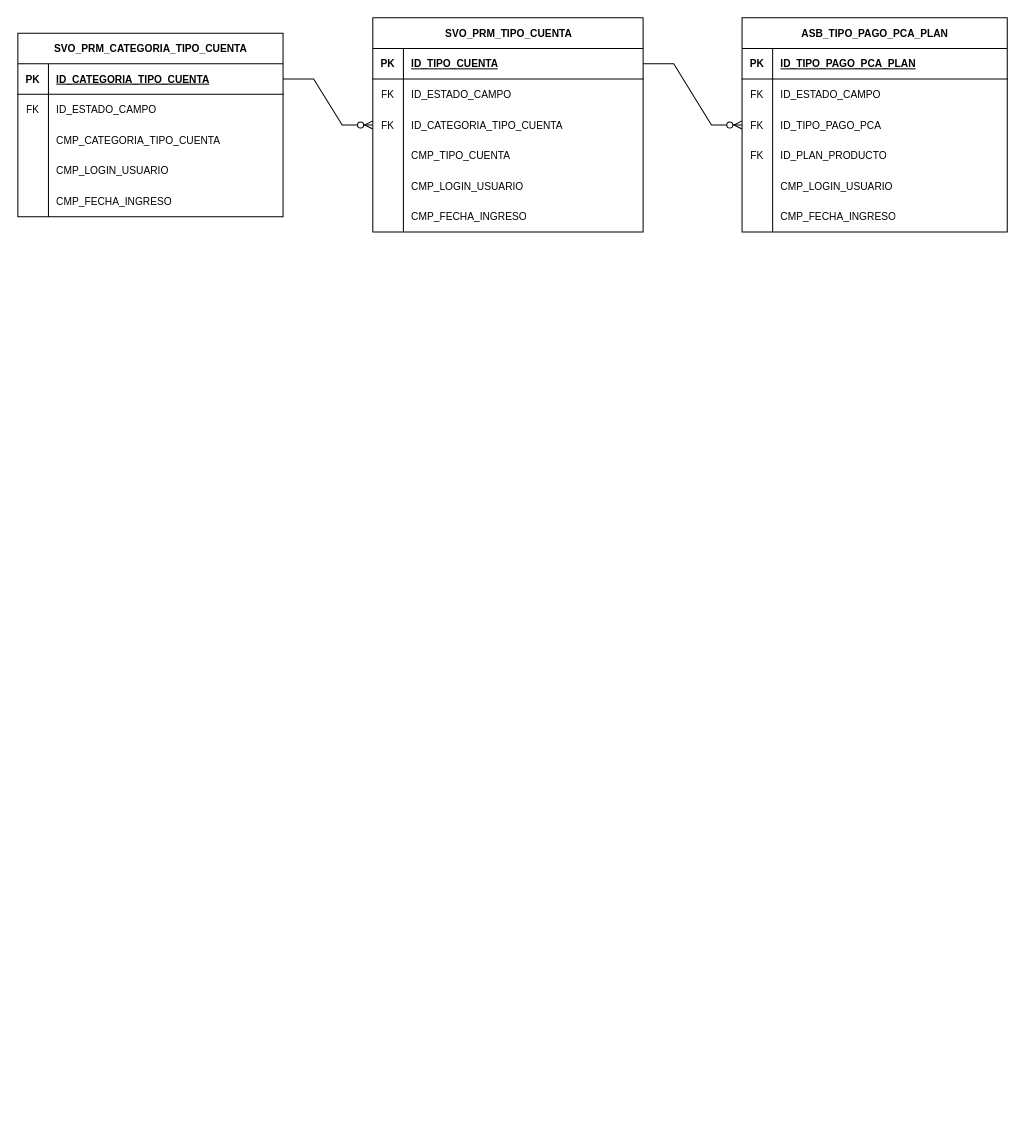
The draw.io diagram Diag_PCA.drawio in dmateoval/Diagramas, before the edit. Source tidied: cells renumbered, new cells numbered last; positions are measured from the earlier drawing's top-left corner, leaving out a move shared by most shapes. Both pictures are drawn from the tidied source at 102%, with x=0, y=0 at pixel (17, 17).
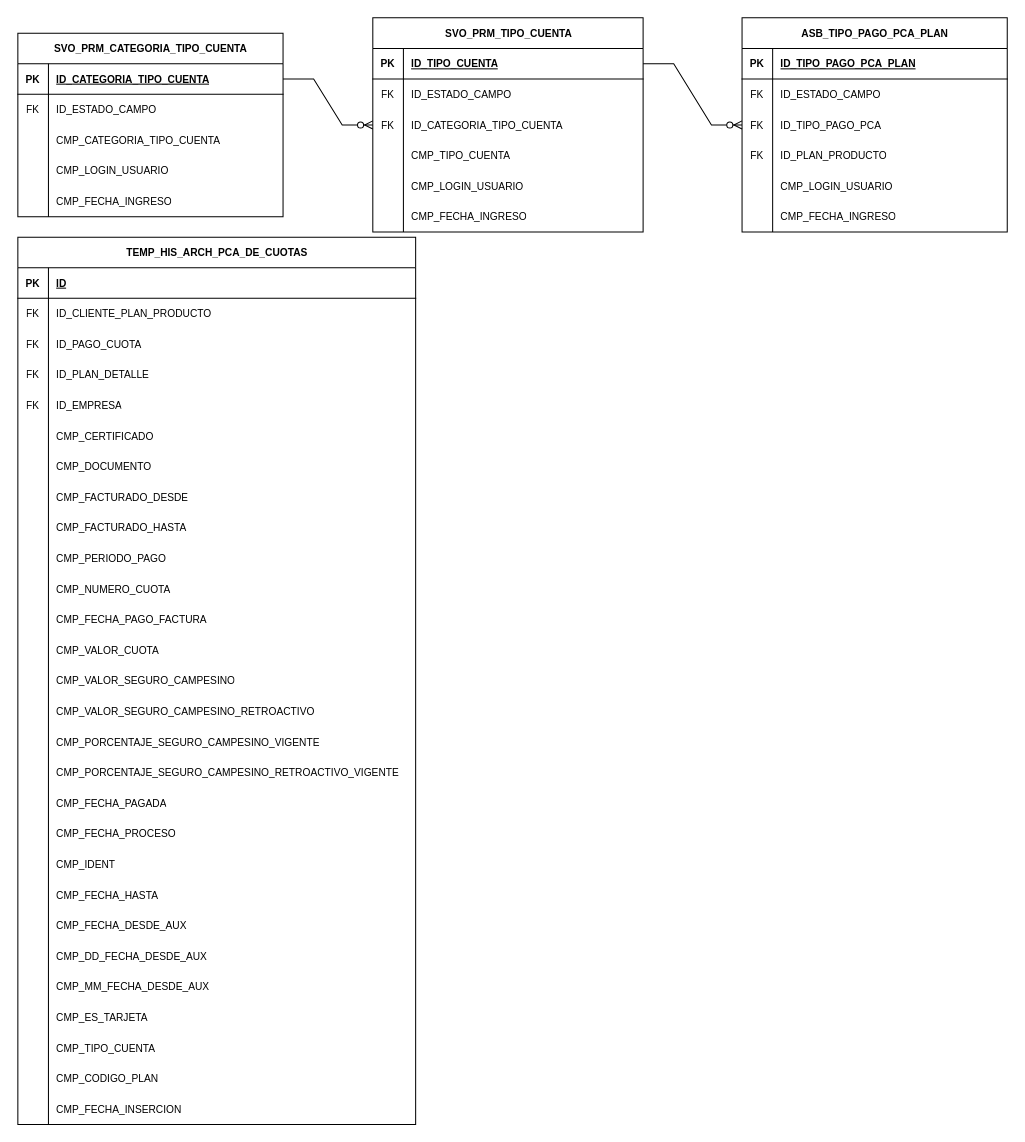
The same page after the edit.

What changed in the source:
```diff
@@
+    <mxCell id="58" value="TEMP_HIS_ARCH_PCA_DE_CUOTAS" style="shape=table;startSize=30;childLayout=tableLayout;rowLines=0;fontStyle=1;align=center;html=1;fontSize=10;" parent="1" vertex="1">
+      <mxGeometry y="215" width="390" height="870" as="geometry" />
+    </mxCell>
+    <mxCell id="59" style="shape=tableRow;horizontal=0;startSize=0;swimlaneHead=0;swimlaneBody=0;fillColor=none;top=0;left=0;right=0;bottom=1;" parent="58" vertex="1">
+      <mxGeometry y="30" width="390" height="30" as="geometry" />
+    </mxCell>
+    <mxCell id="60" value="PK" style="shape=partialRectangle;fillColor=none;top=0;left=0;bottom=0;right=0;fontStyle=1;overflow=hidden;whiteSpace=wrap;html=1;fontSize=10;" parent="59" vertex="1">
+      <mxGeometry width="30" height="30" as="geometry" />
+    </mxCell>
+    <mxCell id="61" value="ID" style="shape=partialRectangle;fillColor=none;top=0;left=0;bottom=0;right=0;align=left;spacingLeft=6;fontStyle=5;overflow=hidden;whiteSpace=wrap;html=1;fontSize=10;" parent="59" vertex="1">
+      <mxGeometry x="30" width="360" height="30" as="geometry" />
+    </mxCell>
+    <mxCell id="62" style="shape=tableRow;horizontal=0;startSize=0;swimlaneHead=0;swimlaneBody=0;fillColor=none;top=0;left=0;right=0;bottom=0;" parent="58" vertex="1">
+      <mxGeometry y="60" width="390" height="30" as="geometry" />
+    </mxCell>
+    <mxCell id="63" value="FK" style="shape=partialRectangle;fillColor=none;top=0;left=0;bottom=0;right=0;overflow=hidden;whiteSpace=wrap;html=1;fontSize=10;" parent="62" vertex="1">
+      <mxGeometry width="30" height="30" as="geometry" />
+    </mxCell>
+    <mxCell id="64" value="ID_CLIENTE_PLAN_PRODUCTO" style="shape=partialRectangle;fillColor=none;top=0;left=0;bottom=0;right=0;align=left;spacingLeft=6;overflow=hidden;whiteSpace=wrap;html=1;fontSize=10;" parent="62" vertex="1">
+      <mxGeometry x="30" width="360" height="30" as="geometry" />
+    </mxCell>
+    <mxCell id="65" style="shape=tableRow;horizontal=0;startSize=0;swimlaneHead=0;swimlaneBody=0;fillColor=none;top=0;left=0;right=0;bottom=0;" parent="58" vertex="1">
+      <mxGeometry y="90" width="390" height="30" as="geometry" />
+    </mxCell>
+    <mxCell id="66" value="FK" style="shape=partialRectangle;fillColor=none;top=0;left=0;bottom=0;right=0;overflow=hidden;whiteSpace=wrap;html=1;fontSize=10;" parent="65" vertex="1">
+      <mxGeometry width="30" height="30" as="geometry" />
+    </mxCell>
+    <mxCell id="67" value="ID_PAGO_CUOTA" style="shape=partialRectangle;fillColor=none;top=0;left=0;bottom=0;right=0;align=left;spacingLeft=6;overflow=hidden;whiteSpace=wrap;html=1;fontSize=10;" parent="65" vertex="1">
+      <mxGeometry x="30" width="360" height="30" as="geometry" />
+    </mxCell>
+    <mxCell id="68" style="shape=tableRow;horizontal=0;startSize=0;swimlaneHead=0;swimlaneBody=0;fillColor=none;top=0;left=0;right=0;bottom=0;" parent="58" vertex="1">
+      <mxGeometry y="120" width="390" height="30" as="geometry" />
+    </mxCell>
+    <mxCell id="69" value="FK" style="shape=partialRectangle;fillColor=none;top=0;left=0;bottom=0;right=0;overflow=hidden;whiteSpace=wrap;html=1;fontSize=10;" parent="68" vertex="1">
+      <mxGeometry width="30" height="30" as="geometry" />
+    </mxCell>
+    <mxCell id="70" value="ID_PLAN_DETALLE" style="shape=partialRectangle;fillColor=none;top=0;left=0;bottom=0;right=0;align=left;spacingLeft=6;overflow=hidden;whiteSpace=wrap;html=1;fontSize=10;" parent="68" vertex="1">
+      <mxGeometry x="30" width="360" height="30" as="geometry" />
+    </mxCell>
+    <mxCell id="71" style="shape=tableRow;horizontal=0;startSize=0;swimlaneHead=0;swimlaneBody=0;fillColor=none;top=0;left=0;right=0;bottom=0;" parent="58" vertex="1">
+      <mxGeometry y="150" width="390" height="30" as="geometry" />
+    </mxCell>
+    <mxCell id="72" value="FK" style="shape=partialRectangle;fillColor=none;top=0;left=0;bottom=0;right=0;overflow=hidden;whiteSpace=wrap;html=1;fontSize=10;" parent="71" vertex="1">
+      <mxGeometry width="30" height="30" as="geometry" />
+    </mxCell>
+    <mxCell id="73" value="ID_EMPRESA" style="shape=partialRectangle;fillColor=none;top=0;left=0;bottom=0;right=0;align=left;spacingLeft=6;overflow=hidden;whiteSpace=wrap;html=1;fontSize=10;" parent="71" vertex="1">
+      <mxGeometry x="30" width="360" height="30" as="geometry" />
+    </mxCell>
+    <mxCell id="74" style="shape=tableRow;horizontal=0;startSize=0;swimlaneHead=0;swimlaneBody=0;fillColor=none;top=0;left=0;right=0;bottom=0;" parent="58" vertex="1">
+      <mxGeometry y="180" width="390" height="30" as="geometry" />
+    </mxCell>
+    <mxCell id="75" style="shape=partialRectangle;fillColor=none;top=0;left=0;bottom=0;right=0;overflow=hidden;whiteSpace=wrap;html=1;" parent="74" vertex="1">
+      <mxGeometry width="30" height="30" as="geometry" />
+    </mxCell>
+    <mxCell id="76" value="CMP_CERTIFICADO" style="shape=partialRectangle;fillColor=none;top=0;left=0;bottom=0;right=0;align=left;spacingLeft=6;overflow=hidden;whiteSpace=wrap;html=1;fontSize=10;" parent="74" vertex="1">
+      <mxGeometry x="30" width="360" height="30" as="geometry" />
+    </mxCell>
+    <mxCell id="77" style="shape=tableRow;horizontal=0;startSize=0;swimlaneHead=0;swimlaneBody=0;fillColor=none;top=0;left=0;right=0;bottom=0;" parent="58" vertex="1">
+      <mxGeometry y="210" width="390" height="30" as="geometry" />
+    </mxCell>
+    <mxCell id="78" style="shape=partialRectangle;fillColor=none;top=0;left=0;bottom=0;right=0;overflow=hidden;whiteSpace=wrap;html=1;" parent="77" vertex="1">
+      <mxGeometry width="30" height="30" as="geometry" />
+    </mxCell>
+    <mxCell id="79" value="CMP_DOCUMENTO" style="shape=partialRectangle;fillColor=none;top=0;left=0;bottom=0;right=0;align=left;spacingLeft=6;overflow=hidden;whiteSpace=wrap;html=1;fontSize=10;" parent="77" vertex="1">
+      <mxGeometry x="30" width="360" height="30" as="geometry" />
+    </mxCell>
+    <mxCell id="80" style="shape=tableRow;horizontal=0;startSize=0;swimlaneHead=0;swimlaneBody=0;fillColor=none;top=0;left=0;right=0;bottom=0;" parent="58" vertex="1">
+      <mxGeometry y="240" width="390" height="30" as="geometry" />
+    </mxCell>
+    <mxCell id="81" style="shape=partialRectangle;fillColor=none;top=0;left=0;bottom=0;right=0;overflow=hidden;whiteSpace=wrap;html=1;" parent="80" vertex="1">
+      <mxGeometry width="30" height="30" as="geometry" />
+    </mxCell>
+    <mxCell id="82" value="CMP_FACTURADO_DESDE" style="shape=partialRectangle;fillColor=none;top=0;left=0;bottom=0;right=0;align=left;spacingLeft=6;overflow=hidden;whiteSpace=wrap;html=1;fontSize=10;" parent="80" vertex="1">
+      <mxGeometry x="30" width="360" height="30" as="geometry" />
+    </mxCell>
+    <mxCell id="83" style="shape=tableRow;horizontal=0;startSize=0;swimlaneHead=0;swimlaneBody=0;fillColor=none;top=0;left=0;right=0;bottom=0;" parent="58" vertex="1">
+      <mxGeometry y="270" width="390" height="30" as="geometry" />
+    </mxCell>
+    <mxCell id="84" style="shape=partialRectangle;fillColor=none;top=0;left=0;bottom=0;right=0;overflow=hidden;whiteSpace=wrap;html=1;" parent="83" vertex="1">
+      <mxGeometry width="30" height="30" as="geometry" />
+    </mxCell>
+    <mxCell id="85" value="CMP_FACTURADO_HASTA" style="shape=partialRectangle;fillColor=none;top=0;left=0;bottom=0;right=0;align=left;spacingLeft=6;overflow=hidden;whiteSpace=wrap;html=1;fontSize=10;" parent="83" vertex="1">
+      <mxGeometry x="30" width="360" height="30" as="geometry" />
+    </mxCell>
+    <mxCell id="86" style="shape=tableRow;horizontal=0;startSize=0;swimlaneHead=0;swimlaneBody=0;fillColor=none;top=0;left=0;right=0;bottom=0;" parent="58" vertex="1">
+      <mxGeometry y="300" width="390" height="30" as="geometry" />
+    </mxCell>
+    <mxCell id="87" style="shape=partialRectangle;fillColor=none;top=0;left=0;bottom=0;right=0;overflow=hidden;whiteSpace=wrap;html=1;" parent="86" vertex="1">
+      <mxGeometry width="30" height="30" as="geometry" />
+    </mxCell>
+    <mxCell id="88" value="CMP_PERIODO_PAGO" style="shape=partialRectangle;fillColor=none;top=0;left=0;bottom=0;right=0;align=left;spacingLeft=6;overflow=hidden;whiteSpace=wrap;html=1;fontSize=10;" parent="86" vertex="1">
+      <mxGeometry x="30" width="360" height="30" as="geometry" />
+    </mxCell>
+    <mxCell id="89" style="shape=tableRow;horizontal=0;startSize=0;swimlaneHead=0;swimlaneBody=0;fillColor=none;top=0;left=0;right=0;bottom=0;" parent="58" vertex="1">
+      <mxGeometry y="330" width="390" height="30" as="geometry" />
+    </mxCell>
+    <mxCell id="90" style="shape=partialRectangle;fillColor=none;top=0;left=0;bottom=0;right=0;overflow=hidden;whiteSpace=wrap;html=1;" parent="89" vertex="1">
+      <mxGeometry width="30" height="30" as="geometry" />
+    </mxCell>
+    <mxCell id="91" value="CMP_NUMERO_CUOTA" style="shape=partialRectangle;fillColor=none;top=0;left=0;bottom=0;right=0;align=left;spacingLeft=6;overflow=hidden;whiteSpace=wrap;html=1;fontSize=10;" parent="89" vertex="1">
+      <mxGeometry x="30" width="360" height="30" as="geometry" />
+    </mxCell>
+    <mxCell id="92" style="shape=tableRow;horizontal=0;startSize=0;swimlaneHead=0;swimlaneBody=0;fillColor=none;top=0;left=0;right=0;bottom=0;" parent="58" vertex="1">
+      <mxGeometry y="360" width="390" height="30" as="geometry" />
+    </mxCell>
+    <mxCell id="93" style="shape=partialRectangle;fillColor=none;top=0;left=0;bottom=0;right=0;overflow=hidden;whiteSpace=wrap;html=1;" parent="92" vertex="1">
+      <mxGeometry width="30" height="30" as="geometry" />
+    </mxCell>
+    <mxCell id="94" value="CMP_FECHA_PAGO_FACTURA" style="shape=partialRectangle;fillColor=none;top=0;left=0;bottom=0;right=0;align=left;spacingLeft=6;overflow=hidden;whiteSpace=wrap;html=1;fontSize=10;" parent="92" vertex="1">
+      <mxGeometry x="30" width="360" height="30" as="geometry" />
+    </mxCell>
+    <mxCell id="95" style="shape=tableRow;horizontal=0;startSize=0;swimlaneHead=0;swimlaneBody=0;fillColor=none;top=0;left=0;right=0;bottom=0;" parent="58" vertex="1">
+      <mxGeometry y="390" width="390" height="30" as="geometry" />
+    </mxCell>
+    <mxCell id="96" style="shape=partialRectangle;fillColor=none;top=0;left=0;bottom=0;right=0;overflow=hidden;whiteSpace=wrap;html=1;" parent="95" vertex="1">
+      <mxGeometry width="30" height="30" as="geometry" />
+    </mxCell>
+    <mxCell id="97" value="CMP_VALOR_CUOTA" style="shape=partialRectangle;fillColor=none;top=0;left=0;bottom=0;right=0;align=left;spacingLeft=6;overflow=hidden;whiteSpace=wrap;html=1;fontSize=10;" parent="95" vertex="1">
+      <mxGeometry x="30" width="360" height="30" as="geometry" />
+    </mxCell>
+    <mxCell id="98" style="shape=tableRow;horizontal=0;startSize=0;swimlaneHead=0;swimlaneBody=0;fillColor=none;top=0;left=0;right=0;bottom=0;" parent="58" vertex="1">
+      <mxGeometry y="420" width="390" height="30" as="geometry" />
+    </mxCell>
+    <mxCell id="99" style="shape=partialRectangle;fillColor=none;top=0;left=0;bottom=0;right=0;overflow=hidden;whiteSpace=wrap;html=1;" parent="98" vertex="1">
+      <mxGeometry width="30" height="30" as="geometry" />
+    </mxCell>
+    <mxCell id="100" value="CMP_VALOR_SEGURO_CAMPESINO" style="shape=partialRectangle;fillColor=none;top=0;left=0;bottom=0;right=0;align=left;spacingLeft=6;overflow=hidden;whiteSpace=wrap;html=1;fontSize=10;" parent="98" vertex="1">
+      <mxGeometry x="30" width="360" height="30" as="geometry" />
+    </mxCell>
+    <mxCell id="101" style="shape=tableRow;horizontal=0;startSize=0;swimlaneHead=0;swimlaneBody=0;fillColor=none;top=0;left=0;right=0;bottom=0;" parent="58" vertex="1">
+      <mxGeometry y="450" width="390" height="30" as="geometry" />
+    </mxCell>
+    <mxCell id="102" style="shape=partialRectangle;fillColor=none;top=0;left=0;bottom=0;right=0;overflow=hidden;whiteSpace=wrap;html=1;" parent="101" vertex="1">
+      <mxGeometry width="30" height="30" as="geometry" />
+    </mxCell>
+    <mxCell id="103" value="CMP_VALOR_SEGURO_CAMPESINO_RETROACTIVO" style="shape=partialRectangle;fillColor=none;top=0;left=0;bottom=0;right=0;align=left;spacingLeft=6;overflow=hidden;whiteSpace=wrap;html=1;fontSize=10;" parent="101" vertex="1">
+      <mxGeometry x="30" width="360" height="30" as="geometry" />
+    </mxCell>
+    <mxCell id="104" style="shape=tableRow;horizontal=0;startSize=0;swimlaneHead=0;swimlaneBody=0;fillColor=none;top=0;left=0;right=0;bottom=0;" parent="58" vertex="1">
+      <mxGeometry y="480" width="390" height="30" as="geometry" />
+    </mxCell>
+    <mxCell id="105" style="shape=partialRectangle;fillColor=none;top=0;left=0;bottom=0;right=0;overflow=hidden;whiteSpace=wrap;html=1;" parent="104" vertex="1">
+      <mxGeometry width="30" height="30" as="geometry" />
+    </mxCell>
+    <mxCell id="106" value="CMP_PORCENTAJE_SEGURO_CAMPESINO_VIGENTE" style="shape=partialRectangle;fillColor=none;top=0;left=0;bottom=0;right=0;align=left;spacingLeft=6;overflow=hidden;whiteSpace=wrap;html=1;fontSize=10;" parent="104" vertex="1">
+      <mxGeometry x="30" width="360" height="30" as="geometry" />
+    </mxCell>
+    <mxCell id="107" style="shape=tableRow;horizontal=0;startSize=0;swimlaneHead=0;swimlaneBody=0;fillColor=none;top=0;left=0;right=0;bottom=0;" parent="58" vertex="1">
+      <mxGeometry y="510" width="390" height="30" as="geometry" />
+    </mxCell>
+    <mxCell id="108" style="shape=partialRectangle;fillColor=none;top=0;left=0;bottom=0;right=0;overflow=hidden;whiteSpace=wrap;html=1;" parent="107" vertex="1">
+      <mxGeometry width="30" height="30" as="geometry" />
+    </mxCell>
+    <mxCell id="109" value="CMP_PORCENTAJE_SEGURO_CAMPESINO_RETROACTIVO_VIGENTE" style="shape=partialRectangle;fillColor=none;top=0;left=0;bottom=0;right=0;align=left;spacingLeft=6;overflow=hidden;whiteSpace=wrap;html=1;fontSize=10;" parent="107" vertex="1">
+      <mxGeometry x="30" width="360" height="30" as="geometry" />
+    </mxCell>
+    <mxCell id="110" style="shape=tableRow;horizontal=0;startSize=0;swimlaneHead=0;swimlaneBody=0;fillColor=none;top=0;left=0;right=0;bottom=0;" parent="58" vertex="1">
+      <mxGeometry y="540" width="390" height="30" as="geometry" />
+    </mxCell>
+    <mxCell id="111" style="shape=partialRectangle;fillColor=none;top=0;left=0;bottom=0;right=0;overflow=hidden;whiteSpace=wrap;html=1;" parent="110" vertex="1">
+      <mxGeometry width="30" height="30" as="geometry" />
+    </mxCell>
+    <mxCell id="112" value="CMP_FECHA_PAGADA" style="shape=partialRectangle;fillColor=none;top=0;left=0;bottom=0;right=0;align=left;spacingLeft=6;overflow=hidden;whiteSpace=wrap;html=1;fontSize=10;" parent="110" vertex="1">
+      <mxGeometry x="30" width="360" height="30" as="geometry" />
+    </mxCell>
+    <mxCell id="113" style="shape=tableRow;horizontal=0;startSize=0;swimlaneHead=0;swimlaneBody=0;fillColor=none;top=0;left=0;right=0;bottom=0;" parent="58" vertex="1">
+      <mxGeometry y="570" width="390" height="30" as="geometry" />
+    </mxCell>
+    <mxCell id="114" style="shape=partialRectangle;fillColor=none;top=0;left=0;bottom=0;right=0;overflow=hidden;whiteSpace=wrap;html=1;" parent="113" vertex="1">
+      <mxGeometry width="30" height="30" as="geometry" />
+    </mxCell>
+    <mxCell id="115" value="CMP_FECHA_PROCESO" style="shape=partialRectangle;fillColor=none;top=0;left=0;bottom=0;right=0;align=left;spacingLeft=6;overflow=hidden;whiteSpace=wrap;html=1;fontSize=10;" parent="113" vertex="1">
+      <mxGeometry x="30" width="360" height="30" as="geometry" />
+    </mxCell>
+    <mxCell id="116" style="shape=tableRow;horizontal=0;startSize=0;swimlaneHead=0;swimlaneBody=0;fillColor=none;top=0;left=0;right=0;bottom=0;" parent="58" vertex="1">
+      <mxGeometry y="600" width="390" height="30" as="geometry" />
+    </mxCell>
+    <mxCell id="117" style="shape=partialRectangle;fillColor=none;top=0;left=0;bottom=0;right=0;overflow=hidden;whiteSpace=wrap;html=1;" parent="116" vertex="1">
+      <mxGeometry width="30" height="30" as="geometry" />
+    </mxCell>
+    <mxCell id="118" value="CMP_IDENT" style="shape=partialRectangle;fillColor=none;top=0;left=0;bottom=0;right=0;align=left;spacingLeft=6;overflow=hidden;whiteSpace=wrap;html=1;fontSize=10;" parent="116" vertex="1">
+      <mxGeometry x="30" width="360" height="30" as="geometry" />
+    </mxCell>
+    <mxCell id="119" style="shape=tableRow;horizontal=0;startSize=0;swimlaneHead=0;swimlaneBody=0;fillColor=none;top=0;left=0;right=0;bottom=0;" parent="58" vertex="1">
+      <mxGeometry y="630" width="390" height="30" as="geometry" />
+    </mxCell>
+    <mxCell id="120" style="shape=partialRectangle;fillColor=none;top=0;left=0;bottom=0;right=0;overflow=hidden;whiteSpace=wrap;html=1;" parent="119" vertex="1">
+      <mxGeometry width="30" height="30" as="geometry" />
+    </mxCell>
+    <mxCell id="121" value="CMP_FECHA_HASTA" style="shape=partialRectangle;fillColor=none;top=0;left=0;bottom=0;right=0;align=left;spacingLeft=6;overflow=hidden;whiteSpace=wrap;html=1;fontSize=10;" parent="119" vertex="1">
+      <mxGeometry x="30" width="360" height="30" as="geometry" />
+    </mxCell>
+    <mxCell id="122" style="shape=tableRow;horizontal=0;startSize=0;swimlaneHead=0;swimlaneBody=0;fillColor=none;top=0;left=0;right=0;bottom=0;" parent="58" vertex="1">
+      <mxGeometry y="660" width="390" height="30" as="geometry" />
+    </mxCell>
+    <mxCell id="123" style="shape=partialRectangle;fillColor=none;top=0;left=0;bottom=0;right=0;overflow=hidden;whiteSpace=wrap;html=1;" parent="122" vertex="1">
+      <mxGeometry width="30" height="30" as="geometry" />
+    </mxCell>
+    <mxCell id="124" value="CMP_FECHA_DESDE_AUX" style="shape=partialRectangle;fillColor=none;top=0;left=0;bottom=0;right=0;align=left;spacingLeft=6;overflow=hidden;whiteSpace=wrap;html=1;fontSize=10;" parent="122" vertex="1">
+      <mxGeometry x="30" width="360" height="30" as="geometry" />
+    </mxCell>
+    <mxCell id="125" style="shape=tableRow;horizontal=0;startSize=0;swimlaneHead=0;swimlaneBody=0;fillColor=none;top=0;left=0;right=0;bottom=0;" parent="58" vertex="1">
+      <mxGeometry y="690" width="390" height="30" as="geometry" />
+    </mxCell>
+    <mxCell id="126" style="shape=partialRectangle;fillColor=none;top=0;left=0;bottom=0;right=0;overflow=hidden;whiteSpace=wrap;html=1;" parent="125" vertex="1">
+      <mxGeometry width="30" height="30" as="geometry" />
+    </mxCell>
+    <mxCell id="127" value="CMP_DD_FECHA_DESDE_AUX" style="shape=partialRectangle;fillColor=none;top=0;left=0;bottom=0;right=0;align=left;spacingLeft=6;overflow=hidden;whiteSpace=wrap;html=1;fontSize=10;" parent="125" vertex="1">
+      <mxGeometry x="30" width="360" height="30" as="geometry" />
+    </mxCell>
+    <mxCell id="128" style="shape=tableRow;horizontal=0;startSize=0;swimlaneHead=0;swimlaneBody=0;fillColor=none;top=0;left=0;right=0;bottom=0;" parent="58" vertex="1">
+      <mxGeometry y="720" width="390" height="30" as="geometry" />
+    </mxCell>
+    <mxCell id="129" style="shape=partialRectangle;fillColor=none;top=0;left=0;bottom=0;right=0;overflow=hidden;whiteSpace=wrap;html=1;" parent="128" vertex="1">
+      <mxGeometry width="30" height="30" as="geometry" />
+    </mxCell>
+    <mxCell id="130" value="CMP_MM_FECHA_DESDE_AUX" style="shape=partialRectangle;fillColor=none;top=0;left=0;bottom=0;right=0;align=left;spacingLeft=6;overflow=hidden;whiteSpace=wrap;html=1;fontSize=10;" parent="128" vertex="1">
+      <mxGeometry x="30" width="360" height="30" as="geometry" />
+    </mxCell>
+    <mxCell id="131" style="shape=tableRow;horizontal=0;startSize=0;swimlaneHead=0;swimlaneBody=0;fillColor=none;top=0;left=0;right=0;bottom=0;" parent="58" vertex="1">
+      <mxGeometry y="750" width="390" height="30" as="geometry" />
+    </mxCell>
+    <mxCell id="132" style="shape=partialRectangle;fillColor=none;top=0;left=0;bottom=0;right=0;overflow=hidden;whiteSpace=wrap;html=1;" parent="131" vertex="1">
+      <mxGeometry width="30" height="30" as="geometry" />
+    </mxCell>
+    <mxCell id="133" value="CMP_ES_TARJETA" style="shape=partialRectangle;fillColor=none;top=0;left=0;bottom=0;right=0;align=left;spacingLeft=6;overflow=hidden;whiteSpace=wrap;html=1;fontSize=10;" parent="131" vertex="1">
+      <mxGeometry x="30" width="360" height="30" as="geometry" />
+    </mxCell>
+    <mxCell id="134" style="shape=tableRow;horizontal=0;startSize=0;swimlaneHead=0;swimlaneBody=0;fillColor=none;top=0;left=0;right=0;bottom=0;" parent="58" vertex="1">
+      <mxGeometry y="780" width="390" height="30" as="geometry" />
+    </mxCell>
+    <mxCell id="135" style="shape=partialRectangle;fillColor=none;top=0;left=0;bottom=0;right=0;overflow=hidden;whiteSpace=wrap;html=1;" parent="134" vertex="1">
+      <mxGeometry width="30" height="30" as="geometry" />
+    </mxCell>
+    <mxCell id="136" value="CMP_TIPO_CUENTA" style="shape=partialRectangle;fillColor=none;top=0;left=0;bottom=0;right=0;align=left;spacingLeft=6;overflow=hidden;whiteSpace=wrap;html=1;fontSize=10;" parent="134" vertex="1">
+      <mxGeometry x="30" width="360" height="30" as="geometry" />
+    </mxCell>
+    <mxCell id="137" style="shape=tableRow;horizontal=0;startSize=0;swimlaneHead=0;swimlaneBody=0;fillColor=none;top=0;left=0;right=0;bottom=0;" parent="58" vertex="1">
+      <mxGeometry y="810" width="390" height="30" as="geometry" />
+    </mxCell>
+    <mxCell id="138" style="shape=partialRectangle;fillColor=none;top=0;left=0;bottom=0;right=0;overflow=hidden;whiteSpace=wrap;html=1;" parent="137" vertex="1">
+      <mxGeometry width="30" height="30" as="geometry" />
+    </mxCell>
+    <mxCell id="139" value="CMP_CODIGO_PLAN" style="shape=partialRectangle;fillColor=none;top=0;left=0;bottom=0;right=0;align=left;spacingLeft=6;overflow=hidden;whiteSpace=wrap;html=1;fontSize=10;" parent="137" vertex="1">
+      <mxGeometry x="30" width="360" height="30" as="geometry" />
+    </mxCell>
+    <mxCell id="140" style="shape=tableRow;horizontal=0;startSize=0;swimlaneHead=0;swimlaneBody=0;fillColor=none;top=0;left=0;right=0;bottom=0;" parent="58" vertex="1">
+      <mxGeometry y="840" width="390" height="30" as="geometry" />
+    </mxCell>
+    <mxCell id="141" style="shape=partialRectangle;fillColor=none;top=0;left=0;bottom=0;right=0;overflow=hidden;whiteSpace=wrap;html=1;" parent="140" vertex="1">
+      <mxGeometry width="30" height="30" as="geometry" />
+    </mxCell>
+    <mxCell id="142" value="CMP_FECHA_INSERCION" style="shape=partialRectangle;fillColor=none;top=0;left=0;bottom=0;right=0;align=left;spacingLeft=6;overflow=hidden;whiteSpace=wrap;html=1;fontSize=10;" parent="140" vertex="1">
+      <mxGeometry x="30" width="360" height="30" as="geometry" />
+    </mxCell>
```
